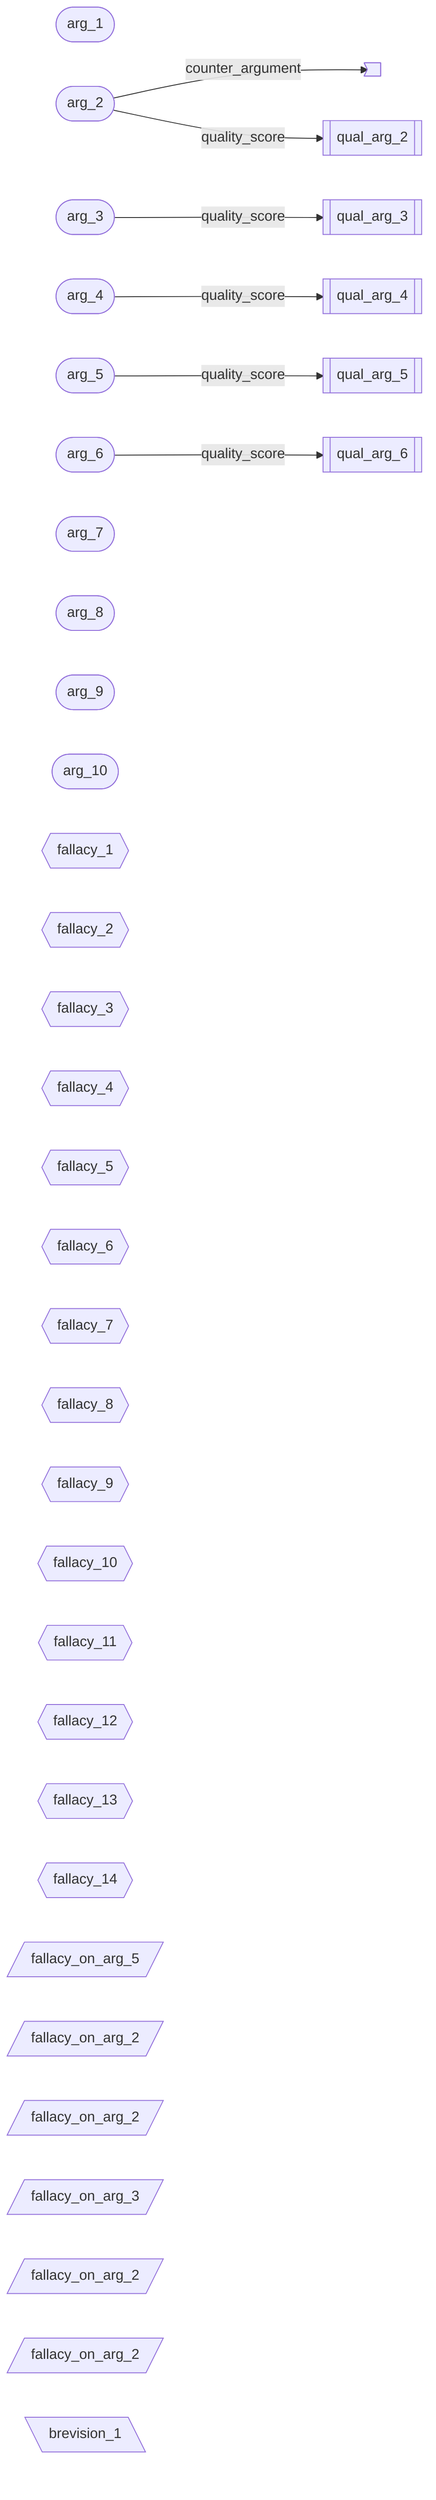
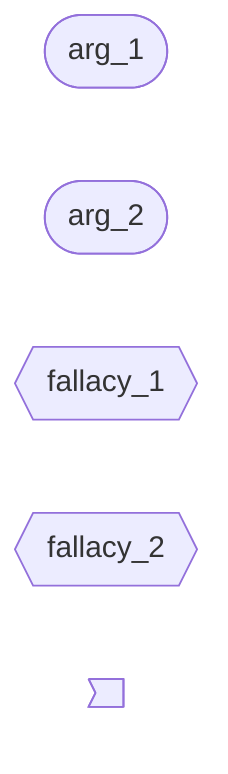
graph LR
  arg_1(["arg_1"])
  arg_2(["arg_2"])
-   arg_3(["arg_3"])
-   arg_4(["arg_4"])
-   arg_5(["arg_5"])
-   arg_6(["arg_6"])
-   arg_7(["arg_7"])
-   arg_8(["arg_8"])
-   arg_9(["arg_9"])
-   arg_10(["arg_10"])
  fallacy_1{{"fallacy_1"}}
  fallacy_2{{"fallacy_2"}}
-   fallacy_3{{"fallacy_3"}}
-   fallacy_4{{"fallacy_4"}}
-   fallacy_5{{"fallacy_5"}}
-   fallacy_6{{"fallacy_6"}}
-   fallacy_7{{"fallacy_7"}}
-   fallacy_8{{"fallacy_8"}}
-   fallacy_9{{"fallacy_9"}}
-   fallacy_10{{"fallacy_10"}}
-   fallacy_11{{"fallacy_11"}}
-   fallacy_12{{"fallacy_12"}}
-   fallacy_13{{"fallacy_13"}}
-   fallacy_14{{"fallacy_14"}}
-   jtms_1[/"fallacy_on_arg_5"/]
-   jtms_2[/"fallacy_on_arg_2"/]
-   jtms_3[/"fallacy_on_arg_2"/]
-   jtms_4[/"fallacy_on_arg_3"/]
-   jtms_5[/"fallacy_on_arg_2"/]
-   jtms_6[/"fallacy_on_arg_2"/]
-   brevision_1[\"brevision_1"\]
-   ca_1>"<scrubbed>"]
-   qual_arg_2[["qual_arg_2"]]
-   qual_arg_3[["qual_arg_3"]]
-   qual_arg_4[["qual_arg_4"]]
-   qual_arg_5[["qual_arg_5"]]
-   qual_arg_6[["qual_arg_6"]]
-   arg_2 -->|counter_argument| ca_1
-   arg_2 -->|quality_score| qual_arg_2
-   arg_3 -->|quality_score| qual_arg_3
-   arg_4 -->|quality_score| qual_arg_4
-   arg_5 -->|quality_score| qual_arg_5
-   arg_6 -->|quality_score| qual_arg_6+   ca_1>"<scrubbed>"]